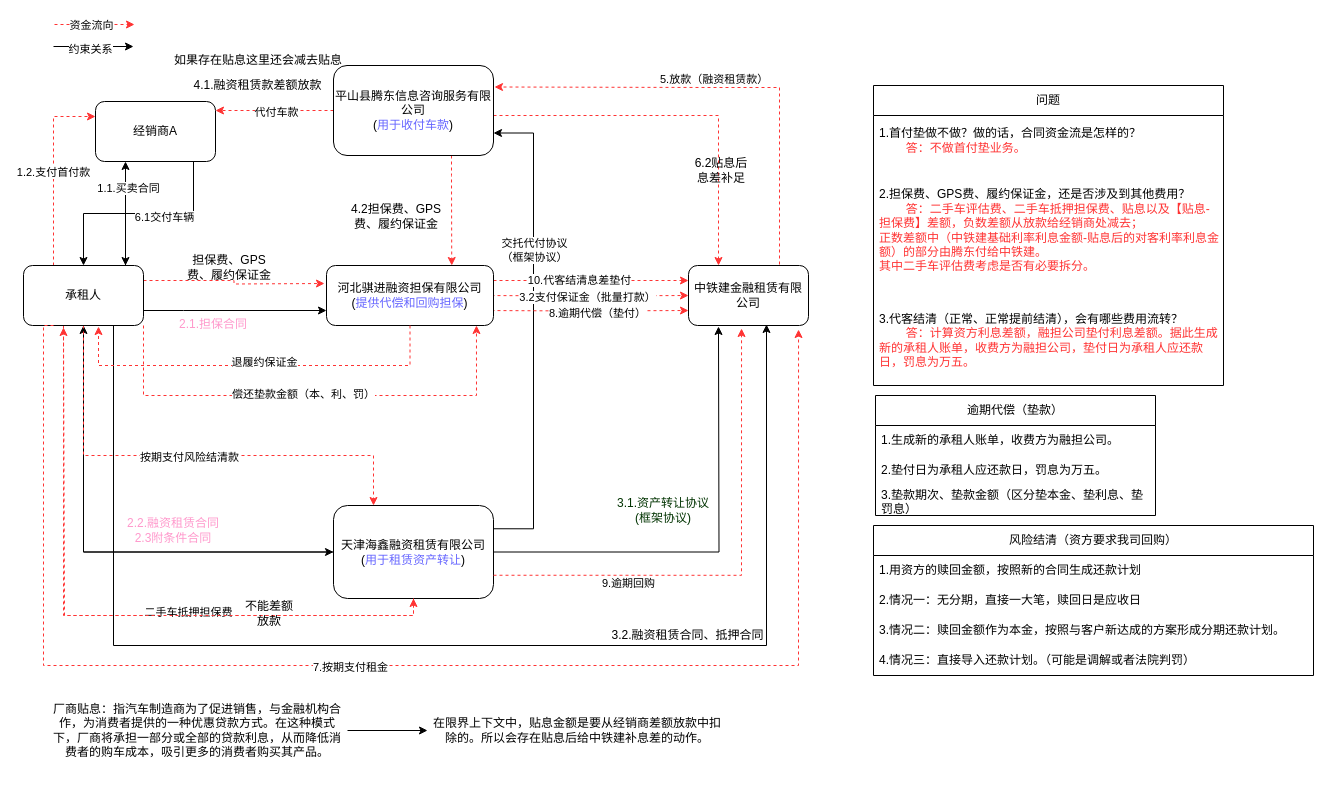
Earlier version of the draw.io diagram 业务形态-交易结构.drawio (XiongZen/QJReconstitution). Source tidied: cells renumbered, new cells numbered last; positions are measured from the earlier drawing's top-left corner, leaving out a move shared by most shapes. Both pictures are drawn from the tidied source at 100%, with x=0, y=0 at pixel (23, 24).
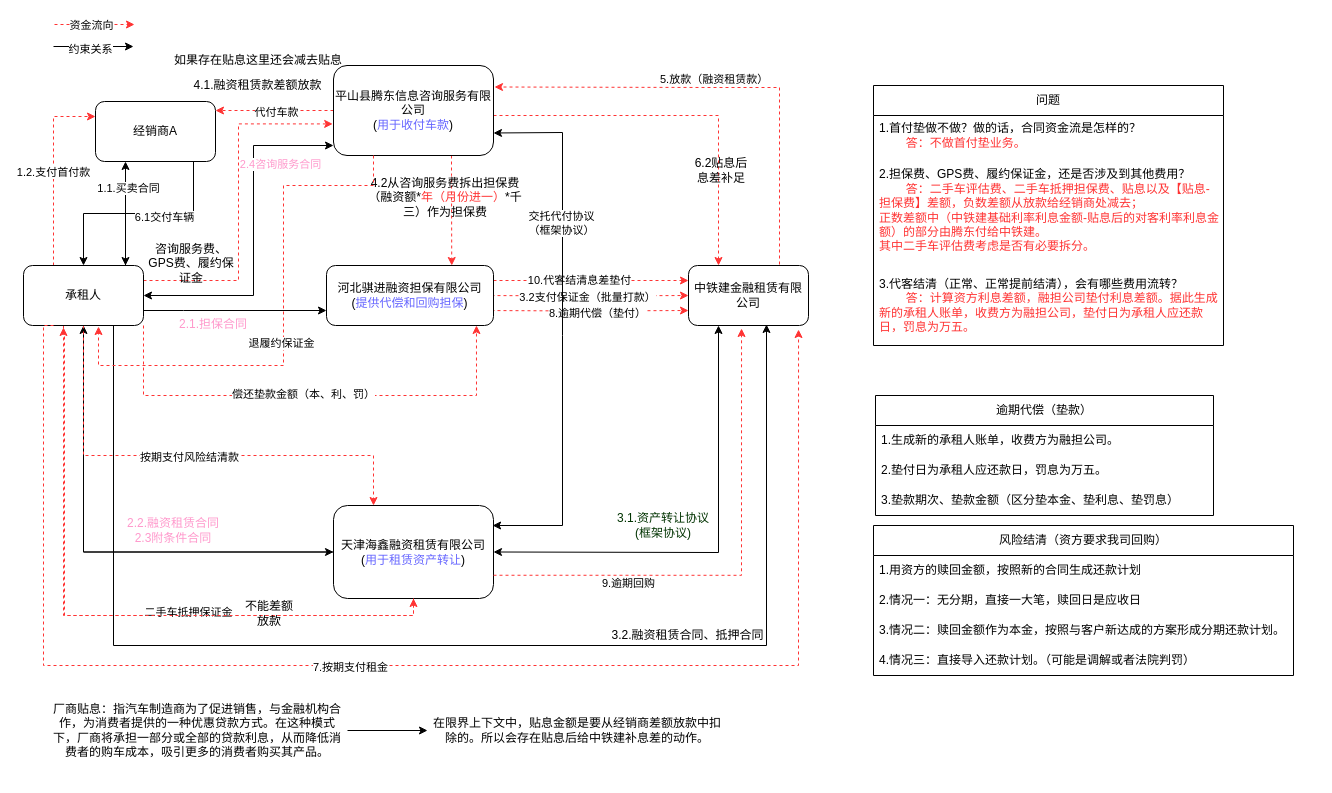
The same page after the edit.

Commit message:
Update 业务形态-交易结构.drawio

The change refers to these unchanged cells:
```xml
<mxCell id="6" value="平山县腾东信息咨询服务有限公司&lt;div&gt;(&lt;font color=&quot;#6666ff&quot;&gt;用于收付车款&lt;/font&gt;)&lt;/div&gt;" style="rounded=1;whiteSpace=wrap;html=1;" parent="1" vertex="1">
  <mxGeometry x="310" y="41" width="160" height="90" as="geometry" />
</mxCell>
<mxCell id="11" value="天津海鑫融资租赁有限公司&lt;div&gt;(&lt;font color=&quot;#6666ff&quot;&gt;用于租赁资产转让&lt;/font&gt;)&lt;/div&gt;" style="rounded=1;whiteSpace=wrap;html=1;" parent="1" vertex="1">
  <mxGeometry x="310" y="481" width="160" height="93" as="geometry" />
</mxCell>
<mxCell id="18" value="河北骐进融资担保有限公司&lt;div&gt;(&lt;font color=&quot;#6666ff&quot;&gt;提供代偿和回购担保&lt;/font&gt;)&lt;/div&gt;" style="rounded=1;whiteSpace=wrap;html=1;" parent="1" vertex="1">
  <mxGeometry x="303" y="241" width="167" height="60" as="geometry" />
</mxCell>
<mxCell id="28" style="edgeStyle=orthogonalEdgeStyle;rounded=0;jettySize=auto;html=1;entryX=0.5;entryY=1;entryDx=0;entryDy=0;dashed=1;strokeColor=#FF3333;" parent="1" edge="1" source="32" target="11">
  <mxGeometry relative="1" as="geometry">
    <Array as="points">
      <mxPoint x="40" y="591" />
      <mxPoint x="390" y="591" />
    </Array>
  </mxGeometry>
</mxCell>
<mxCell id="32" value="承租人" style="rounded=1;whiteSpace=wrap;html=1;" parent="1" vertex="1">
  <mxGeometry y="241" width="120" height="60" as="geometry" />
</mxCell>
<mxCell id="34" value="中铁建金融租赁有限公司" style="rounded=1;whiteSpace=wrap;html=1;" parent="1" vertex="1">
  <mxGeometry x="665" y="241" width="120" height="60" as="geometry" />
</mxCell>
```

Change to the diagram source:
```diff
@@
-    <mxCell id="8" style="edgeStyle=orthogonalEdgeStyle;rounded=0;jettySize=auto;html=1;entryX=0.25;entryY=1;entryDx=0;entryDy=0;exitX=1;exitY=0.5;exitDx=0;exitDy=0;" parent="1" edge="1" source="11">
-      <mxGeometry relative="1" as="geometry">
-        <mxPoint x="695" y="302" as="targetPoint" />
-      </mxGeometry>
-    </mxCell>
-    <mxCell id="9" style="edgeStyle=orthogonalEdgeStyle;rounded=0;jettySize=auto;html=1;entryX=1;entryY=0.75;entryDx=0;entryDy=0;exitX=1;exitY=0.25;exitDx=0;exitDy=0;" parent="1" edge="1" source="11" target="6">
-      <mxGeometry relative="1" as="geometry">
-        <Array as="points">
-          <mxPoint x="510" y="504" />
-          <mxPoint x="510" y="109" />
-        </Array>
-      </mxGeometry>
-    </mxCell>
-    <mxCell id="10" value="交托代付协议&lt;div&gt;（框架协议）&lt;/div&gt;" style="edgeLabel;html=1;align=center;verticalAlign=middle;" parent="9" vertex="1">
-      <mxGeometry x="0.34" y="-1" relative="1" as="geometry">
-        <mxPoint x="-1" as="offset" />
-      </mxGeometry>
-    </mxCell>
@@
-    <mxCell id="23" style="edgeStyle=orthogonalEdgeStyle;rounded=0;jettySize=auto;html=1;dashed=1;strokeColor=#FF3333;exitX=1;exitY=0.25;exitDx=0;exitDy=0;" parent="1" edge="1" source="32">
-      <mxGeometry relative="1" as="geometry">
-        <mxPoint x="301" y="259" as="targetPoint" />
-      </mxGeometry>
+    <mxCell id="23" style="edgeStyle=orthogonalEdgeStyle;rounded=0;jettySize=auto;html=1;dashed=1;strokeColor=#FF3333;exitX=1;exitY=0.25;exitDx=0;exitDy=0;entryX=-0.005;entryY=0.649;entryDx=0;entryDy=0;entryPerimeter=0;" parent="1" edge="1" source="32" target="6">
+      <mxGeometry relative="1" as="geometry" />
     </mxCell>
@@
-    <mxCell id="29" value="二手车抵押担保费" style="edgeLabel;html=1;align=center;verticalAlign=middle;" parent="28" vertex="1">
+    <mxCell id="29" value="二手车抵押保证金" style="edgeLabel;html=1;align=center;verticalAlign=middle;" parent="28" vertex="1">
       <mxGeometry x="-0.13" y="-1" relative="1" as="geometry">
         <mxPoint x="125" as="offset" />
       </mxGeometry>
     </mxCell>
@@
     <mxCell id="40" value="&lt;font color=&quot;#003300&quot;&gt;3.1.资产转让协议&lt;/font&gt;&lt;div&gt;&lt;font color=&quot;#003300&quot;&gt;(框架协议)&lt;/font&gt;&lt;/div&gt;" style="text;html=1;align=center;verticalAlign=middle;whiteSpace=wrap;rounded=0;fontColor=#FF99CC;" parent="1" vertex="1">
-      <mxGeometry x="585" y="471" width="110" height="30" as="geometry" />
+      <mxGeometry x="585" y="486" width="110" height="30" as="geometry" />
     </mxCell>
@@
-    <mxCell id="43" value="担保费、GPS费、履约保证金" style="text;html=1;align=center;verticalAlign=middle;whiteSpace=wrap;rounded=0;" parent="1" vertex="1">
-      <mxGeometry x="157" y="228" width="98" height="30" as="geometry" />
+    <mxCell id="43" value="咨询服务费、GPS费、履约保证金" style="text;html=1;align=center;verticalAlign=middle;whiteSpace=wrap;rounded=0;" parent="1" vertex="1">
+      <mxGeometry x="119" y="224" width="98" height="30" as="geometry" />
     </mxCell>
     <mxCell id="44" value="问题" style="swimlane;fontStyle=0;horizontal=1;startSize=30;whiteSpace=wrap;html=1;" parent="1" vertex="1">
-      <mxGeometry x="850" y="61" width="350" height="300" as="geometry" />
+      <mxGeometry x="850" y="61" width="350" height="260" as="geometry" />
     </mxCell>
     <mxCell id="45" value="1.首付垫做不做？做的话，合同资金流是怎样的？&lt;div&gt;&lt;font color=&quot;#ff3333&quot;&gt;&lt;span style=&quot;white-space: pre;&quot;&gt;&#9;&lt;/span&gt;答：不做首付垫业务。&lt;/font&gt;&lt;/div&gt;" style="text;strokeColor=none;fillColor=none;align=left;verticalAlign=middle;spacingLeft=4;spacingRight=4;overflow=hidden;whiteSpace=wrap;html=1;" parent="44" vertex="1">
-      <mxGeometry y="30" width="350" height="50" as="geometry" />
+      <mxGeometry y="30" width="350" height="40" as="geometry" />
     </mxCell>
     <mxCell id="46" value="2.&lt;span style=&quot;text-align: center;&quot;&gt;担保费、GPS费、履约保证金，还是否涉及到其他费用？&lt;/span&gt;&lt;div&gt;&lt;span style=&quot;text-align: center;&quot;&gt;&lt;span style=&quot;white-space: pre;&quot;&gt;&#9;&lt;/span&gt;&lt;font color=&quot;#ff3333&quot;&gt;答：二手车评估费、二手车抵押担保费、贴息以及【贴息-担保费】差额，负数差额从放款给经销商处减去；&lt;/font&gt;&lt;/span&gt;&lt;/div&gt;&lt;div&gt;&lt;span style=&quot;color: rgb(255, 51, 51); text-align: center; background-color: initial;&quot;&gt;正数差额中（中铁建基础利率利息金额-贴息后的对客利率利息金额）的部分由腾东付给中铁建&lt;/span&gt;&lt;span style=&quot;color: rgb(255, 51, 51); text-align: center; background-color: initial;&quot;&gt;。&lt;/span&gt;&lt;/div&gt;&lt;div&gt;&lt;span style=&quot;color: rgb(255, 51, 51); text-align: center; background-color: initial;&quot;&gt;其中二手车评估费考虑是否有必要拆分。&lt;/span&gt;&lt;/div&gt;" style="text;strokeColor=none;fillColor=none;align=left;verticalAlign=middle;spacingLeft=4;spacingRight=4;overflow=hidden;whiteSpace=wrap;html=1;" parent="44" vertex="1">
-      <mxGeometry y="80" width="350" height="130" as="geometry" />
+      <mxGeometry y="70" width="350" height="110" as="geometry" />
     </mxCell>
     <mxCell id="47" value="3.代客结清（正常、正常提前结清），会有哪些费用流转？&lt;div&gt;&lt;span style=&quot;white-space: pre;&quot;&gt;&#9;&lt;/span&gt;&lt;font color=&quot;#ff3333&quot;&gt;答：计算资方利息差额，融担公司垫付利息差额。据此生成新的承租人账单，收费方为融担公司，&lt;span style=&quot;background-color: initial;&quot;&gt;垫付日为承租人应还款日，罚息为万五。&lt;/span&gt;&lt;/font&gt;&lt;br&gt;&lt;/div&gt;" style="text;strokeColor=none;fillColor=none;align=left;verticalAlign=middle;spacingLeft=4;spacingRight=4;overflow=hidden;whiteSpace=wrap;html=1;" parent="44" vertex="1">
-      <mxGeometry y="210" width="350" height="90" as="geometry" />
+      <mxGeometry y="180" width="350" height="80" as="geometry" />
     </mxCell>
@@
-    <mxCell id="50" value="4.2担保费、GPS费、履约保证金" style="text;html=1;align=center;verticalAlign=middle;whiteSpace=wrap;rounded=0;" parent="1" vertex="1">
-      <mxGeometry x="324" y="177" width="98" height="30" as="geometry" />
+    <mxCell id="50" value="4.2从咨询服务费拆出担保费（融资额*&lt;font color=&quot;#ff3333&quot;&gt;年（月份进一）&lt;/font&gt;*千三）作为担保费" style="text;html=1;align=center;verticalAlign=middle;whiteSpace=wrap;rounded=0;" parent="1" vertex="1">
+      <mxGeometry x="340" y="150" width="164" height="46" as="geometry" />
     </mxCell>
-    <mxCell id="51" style="edgeStyle=orthogonalEdgeStyle;rounded=0;jettySize=auto;html=1;entryX=0.625;entryY=1.017;entryDx=0;entryDy=0;entryPerimeter=0;dashed=1;strokeColor=#FF3333;" parent="1" edge="1" source="18" target="32">
+    <mxCell id="51" style="edgeStyle=orthogonalEdgeStyle;rounded=0;jettySize=auto;html=1;entryX=0.625;entryY=1.017;entryDx=0;entryDy=0;entryPerimeter=0;dashed=1;strokeColor=#FF3333;exitX=0.25;exitY=1;exitDx=0;exitDy=0;" parent="1" edge="1" source="6" target="32">
       <mxGeometry relative="1" as="geometry">
         <Array as="points">
-          <mxPoint x="387" y="341" />
+          <mxPoint x="350" y="161" />
+          <mxPoint x="260" y="161" />
+          <mxPoint x="260" y="341" />
           <mxPoint x="75" y="341" />
         </Array>
       </mxGeometry>
     </mxCell>
     <mxCell id="52" value="退履约保证金" style="edgeLabel;html=1;align=center;verticalAlign=middle;" parent="51" vertex="1">
       <mxGeometry x="-0.04" y="-4" relative="1" as="geometry">
-        <mxPoint x="1" as="offset" />
+        <mxPoint x="1" y="25" as="offset" />
       </mxGeometry>
     </mxCell>
     <mxCell id="53" style="edgeStyle=orthogonalEdgeStyle;rounded=0;jettySize=auto;html=1;entryX=0.333;entryY=1.017;entryDx=0;entryDy=0;entryPerimeter=0;exitX=0.5;exitY=1;exitDx=0;exitDy=0;dashed=1;strokeColor=#FF3333;" parent="1" edge="1" source="11">
       <mxGeometry relative="1" as="geometry">
         <mxPoint x="40" y="303" as="targetPoint" />
         <Array as="points">
           <mxPoint x="390" y="591" />
           <mxPoint x="41" y="591" />
+          <mxPoint x="41" y="311" />
+          <mxPoint x="40" y="311" />
         </Array>
       </mxGeometry>
     </mxCell>
@@
     <mxCell id="57" value="逾期代偿（垫款）" style="swimlane;fontStyle=0;horizontal=1;startSize=30;whiteSpace=wrap;html=1;" parent="1" vertex="1">
-      <mxGeometry x="852" y="371" width="280" height="120" as="geometry" />
+      <mxGeometry x="852" y="371" width="338" height="120" as="geometry" />
     </mxCell>
     <mxCell id="58" value="1.生成新的承租人账单，收费方为融担公司。" style="text;strokeColor=none;fillColor=none;align=left;verticalAlign=middle;spacingLeft=4;spacingRight=4;overflow=hidden;whiteSpace=wrap;html=1;" parent="57" vertex="1">
-      <mxGeometry y="30" width="280" height="30" as="geometry" />
+      <mxGeometry y="30" width="338" height="30" as="geometry" />
     </mxCell>
     <mxCell id="59" value="2.垫付日为承租人应还款日，罚息为万五。" style="text;strokeColor=none;fillColor=none;align=left;verticalAlign=middle;spacingLeft=4;spacingRight=4;overflow=hidden;whiteSpace=wrap;html=1;" parent="57" vertex="1">
-      <mxGeometry y="60" width="280" height="30" as="geometry" />
+      <mxGeometry y="60" width="338" height="30" as="geometry" />
     </mxCell>
     <mxCell id="60" value="3.垫款期次、垫款金额（区分垫本金、垫利息、垫罚息）" style="text;strokeColor=none;fillColor=none;align=left;verticalAlign=middle;spacingLeft=4;spacingRight=4;overflow=hidden;whiteSpace=wrap;html=1;" parent="57" vertex="1">
-      <mxGeometry y="90" width="280" height="30" as="geometry" />
+      <mxGeometry y="90" width="338" height="30" as="geometry" />
     </mxCell>
     <mxCell id="61" value="风险结清（资方要求我司回购）" style="swimlane;fontStyle=0;horizontal=1;startSize=30;whiteSpace=wrap;html=1;" parent="1" vertex="1">
-      <mxGeometry x="850" y="501" width="440" height="150" as="geometry" />
+      <mxGeometry x="850" y="501" width="420" height="150" as="geometry" />
     </mxCell>
     <mxCell id="62" value="1.用资方的赎回金额，按照新的合同生成还款计划" style="text;strokeColor=none;fillColor=none;align=left;verticalAlign=middle;spacingLeft=4;spacingRight=4;overflow=hidden;whiteSpace=wrap;html=1;" parent="61" vertex="1">
-      <mxGeometry y="30" width="440" height="30" as="geometry" />
+      <mxGeometry y="30" width="420" height="30" as="geometry" />
     </mxCell>
     <mxCell id="63" value="2.情况一：无分期，直接一大笔，赎回日是应收日" style="text;strokeColor=none;fillColor=none;align=left;verticalAlign=middle;spacingLeft=4;spacingRight=4;overflow=hidden;whiteSpace=wrap;html=1;" parent="61" vertex="1">
-      <mxGeometry y="60" width="440" height="30" as="geometry" />
+      <mxGeometry y="60" width="420" height="30" as="geometry" />
     </mxCell>
     <mxCell id="64" value="3.情况二：赎回金额作为本金，按照与客户新达成的方案形成分期还款计划。" style="text;strokeColor=none;fillColor=none;align=left;verticalAlign=middle;spacingLeft=4;spacingRight=4;overflow=hidden;whiteSpace=wrap;html=1;" parent="61" vertex="1">
-      <mxGeometry y="90" width="440" height="30" as="geometry" />
+      <mxGeometry y="90" width="420" height="30" as="geometry" />
     </mxCell>
     <mxCell id="65" value="4.情况三：直接导入还款计划。（可能是调解或者法院判罚）" style="text;strokeColor=none;fillColor=none;align=left;verticalAlign=middle;spacingLeft=4;spacingRight=4;overflow=hidden;whiteSpace=wrap;html=1;" parent="61" vertex="1">
-      <mxGeometry y="120" width="440" height="30" as="geometry" />
+      <mxGeometry y="120" width="420" height="30" as="geometry" />
     </mxCell>
@@
+    <mxCell id="78" style="endArrow=classic;startArrow=classic;html=1;rounded=0;" parent="1" edge="1">
+      <mxGeometry relative="1" as="geometry">
+        <mxPoint x="120" y="271" as="sourcePoint" />
+        <mxPoint x="310" y="121" as="targetPoint" />
+        <Array as="points">
+          <mxPoint x="230" y="271" />
+          <mxPoint x="230" y="121" />
+        </Array>
+      </mxGeometry>
+    </mxCell>
+    <mxCell id="79" value="&lt;font color=&quot;#ff99cc&quot;&gt;2.4咨询服务合同&lt;/font&gt;" style="edgeLabel;html=1;align=center;verticalAlign=middle;" parent="1" vertex="1">
+      <mxGeometry x="258" y="141.8" as="geometry">
+        <mxPoint x="-2" y="-2" as="offset" />
+      </mxGeometry>
+    </mxCell>
+    <mxCell id="80" style="endArrow=classic;startArrow=classic;html=1;rounded=0;entryX=0.25;entryY=1;entryDx=0;entryDy=0;exitX=1;exitY=0.5;exitDx=0;exitDy=0;" parent="1" edge="1" source="11" target="34">
+      <mxGeometry relative="1" as="geometry">
+        <Array as="points">
+          <mxPoint x="695" y="528" />
+        </Array>
+      </mxGeometry>
+    </mxCell>
+    <mxCell id="81" style="endArrow=classic;startArrow=classic;html=1;rounded=0;entryX=1;entryY=0.75;entryDx=0;entryDy=0;exitX=0.938;exitY=0.215;exitDx=0;exitDy=0;exitPerimeter=0;" parent="1" edge="1" target="6">
+      <mxGeometry relative="1" as="geometry">
+        <mxPoint x="469.1" y="501" as="sourcePoint" />
+        <Array as="points">
+          <mxPoint x="539" y="501" />
+          <mxPoint x="539" y="311" />
+          <mxPoint x="539" y="108" />
+        </Array>
+      </mxGeometry>
+    </mxCell>
+    <mxCell id="10" value="交托代付协议&lt;div&gt;（框架协议）&lt;/div&gt;" style="edgeLabel;html=1;align=center;verticalAlign=middle;" parent="81" vertex="1">
+      <mxGeometry x="0.4" y="2" relative="1" as="geometry" />
+    </mxCell>
```
